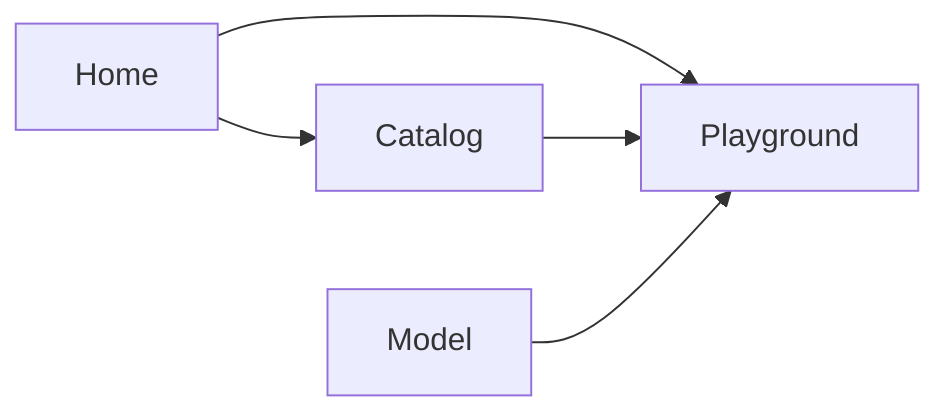
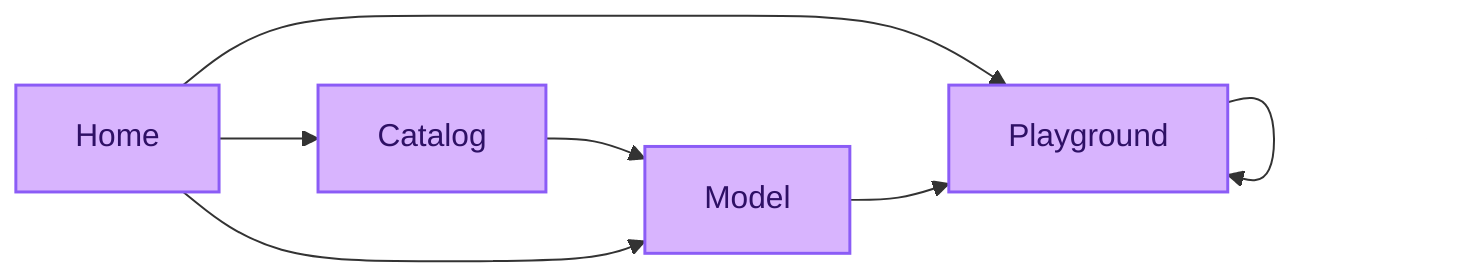
flowchart LR
    A[Home] --> B[Playground]
+     B --> B
    A --> C[Catalog]
-     C --> B
-     D[Model] --> B+ 
+     D[Model] --> B
+     C --> D
+     A --> D
+ 
+     classDef purple fill:#d8b4fe,stroke:#8b5cf6,stroke-width:1.5px,color:#2e1065;
+     class A,B,C,D purple;